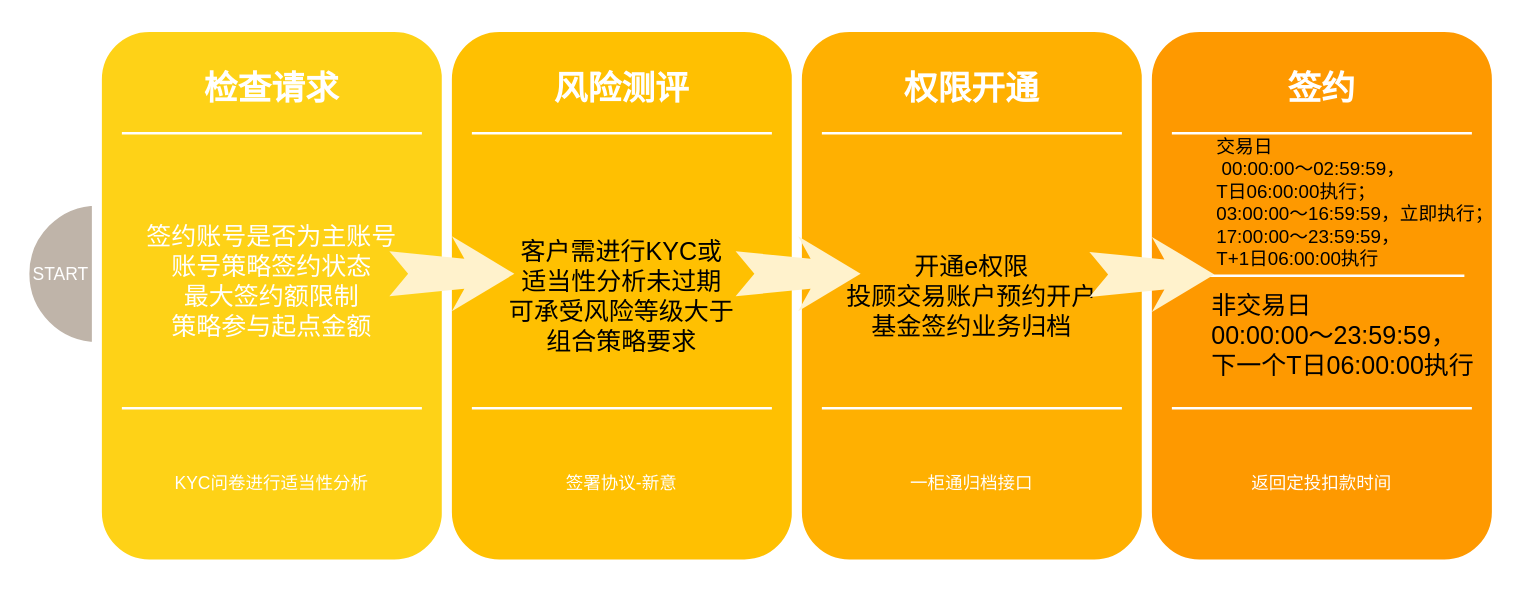
This is sign.drawio from leehomda/firsttest, a draw.io file, before an edit. Source tidied: cells renumbered, new cells numbered last; positions are measured from the earlier drawing's top-left corner, leaving out a move shared by most shapes. Both pictures are drawn from the tidied source at 125%, with x=0, y=0 at pixel (25, 26).
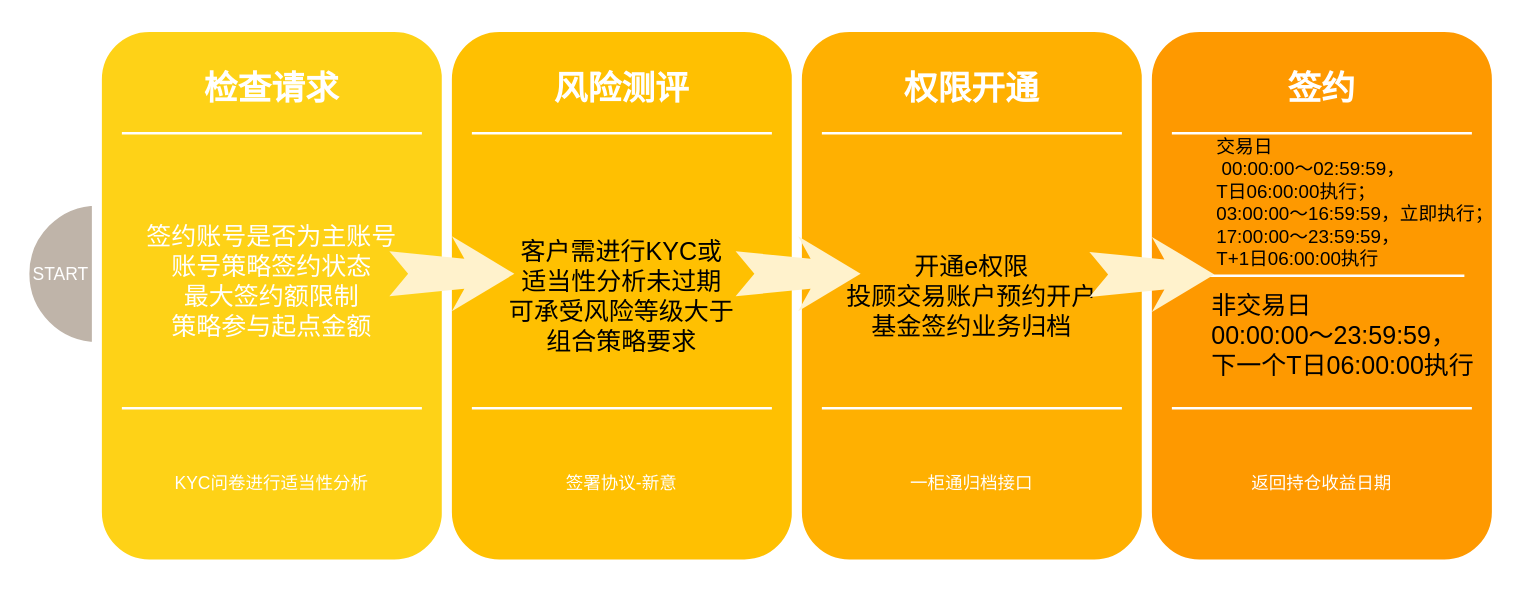
After the change.

Diff of the diagram source:
```diff
@@
-    <mxCell id="20" value="返回定投扣款时间" style="text;html=1;strokeColor=none;fillColor=none;align=center;verticalAlign=middle;whiteSpace=wrap;rounded=0;shadow=0;fontSize=14;fontColor=#FFFFFF;" parent="1" vertex="1">
+    <mxCell id="20" value="返回持仓收益日期" style="text;html=1;strokeColor=none;fillColor=none;align=center;verticalAlign=middle;whiteSpace=wrap;rounded=0;shadow=0;fontSize=14;fontColor=#FFFFFF;" parent="1" vertex="1">
       <mxGeometry x="897" y="320" width="280" height="90" as="geometry" />
     </mxCell>
```
